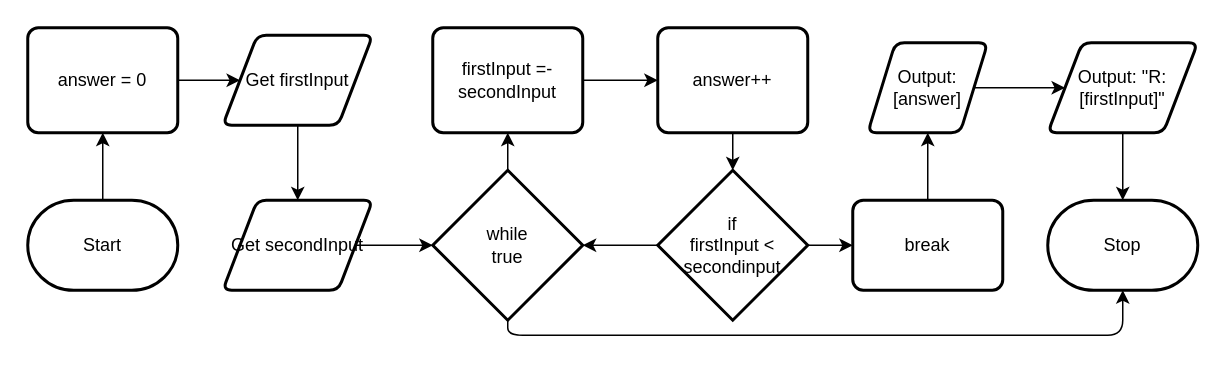
Above: design/flowchart.drawio in MTHS-ICD2O-1-2024/ICD2O-Unit-5-08-Aimar-Fernandez (draw.io), before the change. Source tidied: cells renumbered, new cells numbered last; positions are measured from the earlier drawing's top-left corner, leaving out a move shared by most shapes. Both pictures are drawn from the tidied source at 150%, with x=0, y=0 at pixel (27, 27).
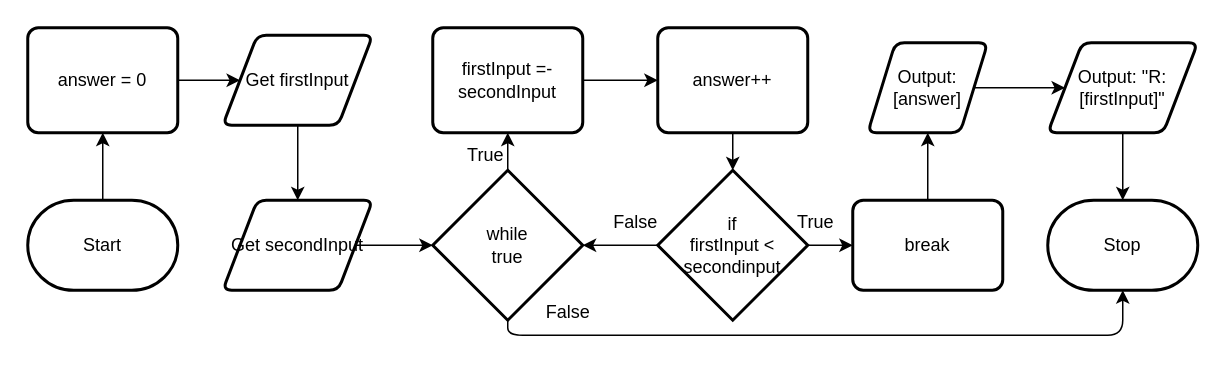
The same diagram, later.

The edit, as a diff of the source:
```diff
@@
+    <mxCell id="27" value="True" style="text;html=1;align=center;verticalAlign=middle;strokeColor=none;fillColor=none;" parent="1" vertex="1">
+      <mxGeometry x="500" y="115" width="50" height="30" as="geometry" />
+    </mxCell>
+    <mxCell id="28" value="True" style="text;html=1;align=center;verticalAlign=middle;strokeColor=none;fillColor=none;" parent="1" vertex="1">
+      <mxGeometry x="280" y="70" width="50" height="30" as="geometry" />
+    </mxCell>
+    <mxCell id="29" value="False" style="text;html=1;align=center;verticalAlign=middle;strokeColor=none;fillColor=none;" parent="1" vertex="1">
+      <mxGeometry x="335" y="175" width="50" height="30" as="geometry" />
+    </mxCell>
+    <mxCell id="30" value="False" style="text;html=1;align=center;verticalAlign=middle;strokeColor=none;fillColor=none;" parent="1" vertex="1">
+      <mxGeometry x="380" y="115" width="50" height="30" as="geometry" />
+    </mxCell>
```
